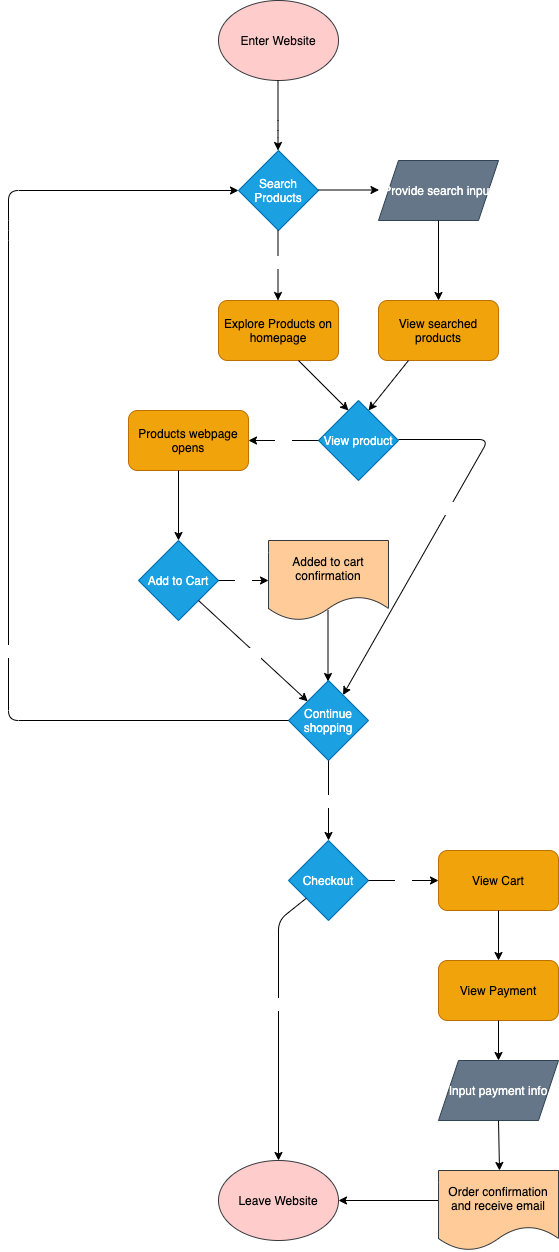
This is explore/diagramming/diagram.drawio.png from akn11/fa21-cse110-lab4, a draw.io export, as it was before one commit. Source tidied: cells renumbered, new cells last; positions are measured from the earlier drawing's top-left corner, leaving out a move shared by most shapes. The source it was exported from:
```xml
<mxGraphModel>
  <root>
    <mxCell id="0" />
    <mxCell id="1" parent="0" />
    <mxCell id="2" value="Enter Website" style="ellipse;whiteSpace=wrap;html=1;fillColor=#ffcccc;strokeColor=#36393d;fontColor=#080808;" parent="1" vertex="1">
      <mxGeometry x="210" width="120" height="80" as="geometry" />
    </mxCell>
    <mxCell id="3" style="endArrow=classic;html=1;fontColor=#080808;" parent="1" edge="1">
      <mxGeometry relative="1" as="geometry">
        <mxPoint x="269.5" y="80" as="sourcePoint" />
        <mxPoint x="269.5" y="150" as="targetPoint" />
        <Array as="points">
          <mxPoint x="269.5" y="130" />
        </Array>
      </mxGeometry>
    </mxCell>
    <mxCell id="4" value="Search Products" style="rhombus;whiteSpace=wrap;html=1;fillColor=#1ba1e2;strokeColor=#006EAF;fontColor=#ffffff;" parent="1" vertex="1">
      <mxGeometry x="230" y="150" width="80" height="80" as="geometry" />
    </mxCell>
    <mxCell id="5" style="endArrow=classic;html=1;fontColor=#080808;" parent="1" edge="1">
      <mxGeometry relative="1" as="geometry">
        <mxPoint x="269.5" y="230" as="sourcePoint" />
        <mxPoint x="269.5" y="300" as="targetPoint" />
      </mxGeometry>
    </mxCell>
    <mxCell id="6" value="Yes" style="edgeLabel;html=1;align=center;verticalAlign=middle;fontColor=#FFFFFF;" parent="5" vertex="1">
      <mxGeometry x="-0.23" y="-2" relative="1" as="geometry">
        <mxPoint x="73" y="-67" as="offset" />
      </mxGeometry>
    </mxCell>
    <mxCell id="7" style="endArrow=classic;html=1;fontColor=#080808;" parent="1" edge="1">
      <mxGeometry relative="1" as="geometry">
        <mxPoint x="310" y="189.5" as="sourcePoint" />
        <mxPoint x="370.5" y="189.5" as="targetPoint" />
      </mxGeometry>
    </mxCell>
    <mxCell id="8" value="No" style="edgeLabel;html=1;align=center;verticalAlign=middle;fontColor=#FFFFFF;" parent="7" vertex="1">
      <mxGeometry x="-0.07" y="2" relative="1" as="geometry">
        <mxPoint x="-68" y="73" as="offset" />
      </mxGeometry>
    </mxCell>
    <mxCell id="9" value="Explore Products on homepage" style="rounded=1;whiteSpace=wrap;html=1;fontColor=#000000;fillColor=#f0a30a;strokeColor=#BD7000;" parent="1" vertex="1">
      <mxGeometry x="210" y="300" width="120" height="60" as="geometry" />
    </mxCell>
    <mxCell id="10" value="Provide search input" style="shape=parallelogram;perimeter=parallelogramPerimeter;whiteSpace=wrap;html=1;fixedSize=1;fontColor=#ffffff;fillColor=#647687;strokeColor=#314354;" parent="1" vertex="1">
      <mxGeometry x="370" y="160" width="120" height="60" as="geometry" />
    </mxCell>
    <mxCell id="11" style="endArrow=classic;html=1;fontColor=#FFFFFF;entryX=0.5;entryY=0;entryDx=0;entryDy=0;" parent="1" edge="1" target="12">
      <mxGeometry relative="1" as="geometry">
        <mxPoint x="430" y="220" as="sourcePoint" />
      </mxGeometry>
    </mxCell>
    <mxCell id="12" value="View searched products" style="rounded=1;whiteSpace=wrap;html=1;fontColor=#000000;fillColor=#f0a30a;strokeColor=#BD7000;" parent="1" vertex="1">
      <mxGeometry x="370" y="300" width="120" height="60" as="geometry" />
    </mxCell>
    <mxCell id="13" value="View product" style="rhombus;whiteSpace=wrap;html=1;fontColor=#ffffff;fillColor=#1ba1e2;strokeColor=#006EAF;" parent="1" vertex="1">
      <mxGeometry x="310" y="400" width="80" height="80" as="geometry" />
    </mxCell>
    <mxCell id="14" style="endArrow=classic;html=1;fontColor=#FFFFFF;" parent="1" edge="1">
      <mxGeometry relative="1" as="geometry">
        <mxPoint x="400" y="360" as="sourcePoint" />
        <mxPoint x="360" y="410" as="targetPoint" />
      </mxGeometry>
    </mxCell>
    <mxCell id="15" style="endArrow=classic;html=1;fontColor=#FFFFFF;" parent="1" edge="1">
      <mxGeometry relative="1" as="geometry">
        <mxPoint x="290" y="360" as="sourcePoint" />
        <mxPoint x="340" y="410" as="targetPoint" />
      </mxGeometry>
    </mxCell>
    <mxCell id="16" style="endArrow=classic;html=1;fontColor=#FFFFFF;" parent="1" edge="1" target="24">
      <mxGeometry relative="1" as="geometry">
        <mxPoint x="390" y="439" as="sourcePoint" />
        <Array as="points">
          <mxPoint x="480" y="439" />
        </Array>
      </mxGeometry>
    </mxCell>
    <mxCell id="17" value="No" style="edgeLabel;html=1;align=center;verticalAlign=middle;fontColor=#FFFFFF;" parent="16" vertex="1">
      <mxGeometry x="-0.11" y="-3" relative="1" as="geometry" />
    </mxCell>
    <mxCell id="18" value="yes" style="endArrow=classic;html=1;fontColor=#FFFFFF;" parent="1" edge="1">
      <mxGeometry relative="1" as="geometry">
        <mxPoint x="310" y="440" as="sourcePoint" />
        <mxPoint x="240" y="440" as="targetPoint" />
      </mxGeometry>
    </mxCell>
    <mxCell id="19" value="Products webpage opens" style="rounded=1;whiteSpace=wrap;html=1;fontColor=#000000;fillColor=#f0a30a;strokeColor=#BD7000;" parent="1" vertex="1">
      <mxGeometry x="120" y="410" width="120" height="60" as="geometry" />
    </mxCell>
    <mxCell id="20" style="endArrow=classic;html=1;fontColor=#FFFFFF;" parent="1" edge="1">
      <mxGeometry relative="1" as="geometry">
        <mxPoint x="170" y="470" as="sourcePoint" />
        <mxPoint x="170" y="540" as="targetPoint" />
      </mxGeometry>
    </mxCell>
    <mxCell id="21" value="Add to Cart" style="rhombus;whiteSpace=wrap;html=1;fontColor=#ffffff;fillColor=#1ba1e2;strokeColor=#006EAF;" parent="1" vertex="1">
      <mxGeometry x="130" y="540" width="80" height="80" as="geometry" />
    </mxCell>
    <mxCell id="22" value="Yes" style="endArrow=classic;html=1;fontColor=#FFFFFF;exitX=1;exitY=0.5;exitDx=0;exitDy=0;" parent="1" edge="1" source="21">
      <mxGeometry relative="1" as="geometry">
        <mxPoint x="260" y="580" as="targetPoint" />
      </mxGeometry>
    </mxCell>
    <mxCell id="23" style="endArrow=classic;html=1;fontColor=#FFFFFF;" parent="1" edge="1">
      <mxGeometry relative="1" as="geometry">
        <mxPoint x="319.5" y="610" as="sourcePoint" />
        <mxPoint x="319.5" y="681" as="targetPoint" />
      </mxGeometry>
    </mxCell>
    <mxCell id="24" value="Continue shopping" style="rhombus;whiteSpace=wrap;html=1;fillColor=#1ba1e2;strokeColor=#006EAF;fontColor=#ffffff;" parent="1" vertex="1">
      <mxGeometry x="280" y="680" width="80" height="80" as="geometry" />
    </mxCell>
    <mxCell id="25" style="endArrow=classic;html=1;fontColor=#FFFFFF;exitX=0;exitY=0.5;exitDx=0;exitDy=0;entryX=0;entryY=0.5;entryDx=0;entryDy=0;" parent="1" edge="1" source="24" target="4">
      <mxGeometry relative="1" as="geometry">
        <Array as="points">
          <mxPoint y="720" />
          <mxPoint y="230" />
          <mxPoint y="190" />
        </Array>
      </mxGeometry>
    </mxCell>
    <mxCell id="26" value="Yes" style="edgeLabel;html=1;align=center;verticalAlign=middle;fontColor=#FFFFFF;" parent="25" vertex="1">
      <mxGeometry x="-0.33" y="1" relative="1" as="geometry" />
    </mxCell>
    <mxCell id="27" style="endArrow=classic;html=1;fontColor=#FFFFFF;exitX=1;exitY=1;exitDx=0;exitDy=0;" parent="1" edge="1" source="21" target="24">
      <mxGeometry relative="1" as="geometry" />
    </mxCell>
    <mxCell id="28" value="No" style="edgeLabel;html=1;align=center;verticalAlign=middle;fontColor=#FFFFFF;" parent="27" vertex="1">
      <mxGeometry x="0.01" y="-2" relative="1" as="geometry" />
    </mxCell>
    <mxCell id="29" value="Checkout" style="rhombus;whiteSpace=wrap;html=1;fontColor=#ffffff;fillColor=#1ba1e2;strokeColor=#006EAF;" parent="1" vertex="1">
      <mxGeometry x="280" y="840" width="80" height="80" as="geometry" />
    </mxCell>
    <mxCell id="30" style="endArrow=classic;html=1;fontColor=#FFFFFF;exitX=0.5;exitY=1;exitDx=0;exitDy=0;" parent="1" edge="1" source="24">
      <mxGeometry relative="1" as="geometry">
        <mxPoint x="320" y="840" as="targetPoint" />
      </mxGeometry>
    </mxCell>
    <mxCell id="31" value="No" style="edgeLabel;html=1;align=center;verticalAlign=middle;fontColor=#FFFFFF;" parent="30" vertex="1">
      <mxGeometry x="0.49" y="1" relative="1" as="geometry">
        <mxPoint x="-1" y="-20" as="offset" />
      </mxGeometry>
    </mxCell>
    <mxCell id="32" value="Yes" style="endArrow=classic;html=1;fontColor=#FFFFFF;exitX=1;exitY=0.5;exitDx=0;exitDy=0;" parent="1" edge="1" source="29">
      <mxGeometry relative="1" as="geometry">
        <mxPoint x="430" y="880" as="targetPoint" />
      </mxGeometry>
    </mxCell>
    <mxCell id="33" value="View Cart" style="rounded=1;whiteSpace=wrap;html=1;fontColor=#000000;fillColor=#f0a30a;strokeColor=#BD7000;" parent="1" vertex="1">
      <mxGeometry x="430" y="850" width="120" height="60" as="geometry" />
    </mxCell>
    <mxCell id="34" style="endArrow=classic;html=1;fontColor=#FFFFFF;exitX=0.5;exitY=1;exitDx=0;exitDy=0;" parent="1" edge="1" source="33">
      <mxGeometry relative="1" as="geometry">
        <mxPoint x="490" y="960" as="targetPoint" />
      </mxGeometry>
    </mxCell>
    <mxCell id="35" value="View Payment" style="rounded=1;whiteSpace=wrap;html=1;fontColor=#000000;fillColor=#f0a30a;strokeColor=#BD7000;" parent="1" vertex="1">
      <mxGeometry x="430" y="960" width="120" height="60" as="geometry" />
    </mxCell>
    <mxCell id="36" value="Input payment info" style="shape=parallelogram;perimeter=parallelogramPerimeter;whiteSpace=wrap;html=1;fixedSize=1;fontColor=#ffffff;fillColor=#647687;strokeColor=#314354;" parent="1" vertex="1">
      <mxGeometry x="430" y="1060" width="120" height="60" as="geometry" />
    </mxCell>
    <mxCell id="37" style="endArrow=classic;html=1;fontColor=#FFFFFF;exitX=0.5;exitY=1;exitDx=0;exitDy=0;entryX=0.5;entryY=0;entryDx=0;entryDy=0;" parent="1" edge="1" source="35" target="36">
      <mxGeometry relative="1" as="geometry" />
    </mxCell>
    <mxCell id="38" style="endArrow=classic;html=1;fontColor=#FFFFFF;entryX=0.5;entryY=0;entryDx=0;entryDy=0;entryPerimeter=0;exitX=0.5;exitY=1;exitDx=0;exitDy=0;" parent="1" edge="1" source="36">
      <mxGeometry relative="1" as="geometry">
        <mxPoint x="491" y="1170" as="targetPoint" />
      </mxGeometry>
    </mxCell>
    <mxCell id="39" value="&lt;font color=&quot;#000000&quot;&gt;Leave Website&lt;/font&gt;" style="ellipse;whiteSpace=wrap;html=1;fillColor=#ffcccc;strokeColor=#36393d;" parent="1" vertex="1">
      <mxGeometry x="210" y="1160" width="120" height="80" as="geometry" />
    </mxCell>
    <mxCell id="40" style="endArrow=classic;html=1;fontColor=#FFFFFF;entryX=1;entryY=0.5;entryDx=0;entryDy=0;exitX=0;exitY=0.5;exitDx=0;exitDy=0;" parent="1" edge="1" target="39">
      <mxGeometry relative="1" as="geometry">
        <mxPoint x="431" y="1200" as="sourcePoint" />
      </mxGeometry>
    </mxCell>
    <mxCell id="41" style="endArrow=classic;html=1;fontColor=#FFFFFF;entryX=0.5;entryY=0;entryDx=0;entryDy=0;" parent="1" edge="1" source="29" target="39">
      <mxGeometry relative="1" as="geometry">
        <Array as="points">
          <mxPoint x="270" y="920" />
        </Array>
      </mxGeometry>
    </mxCell>
    <mxCell id="42" value="No" style="edgeLabel;html=1;align=center;verticalAlign=middle;fontColor=#FFFFFF;" parent="41" vertex="1">
      <mxGeometry x="-0.14" y="-2" relative="1" as="geometry">
        <mxPoint x="-1" y="1" as="offset" />
      </mxGeometry>
    </mxCell>
    <mxCell id="43" value="&lt;span style=&quot;color: rgb(0 , 0 , 0)&quot;&gt;Added to cart confirmation&lt;/span&gt;" style="shape=document;whiteSpace=wrap;html=1;boundedLbl=1;fillColor=#ffcc99;strokeColor=#36393d;" parent="1" vertex="1">
      <mxGeometry x="260" y="540" width="120" height="80" as="geometry" />
    </mxCell>
    <mxCell id="44" value="&lt;span style=&quot;color: rgb(0 , 0 , 0)&quot;&gt;Order confirmation and receive email&lt;/span&gt;" style="shape=document;whiteSpace=wrap;html=1;boundedLbl=1;fillColor=#ffcc99;strokeColor=#36393d;" parent="1" vertex="1">
      <mxGeometry x="430" y="1170" width="120" height="80" as="geometry" />
    </mxCell>
  </root>
</mxGraphModel>
```
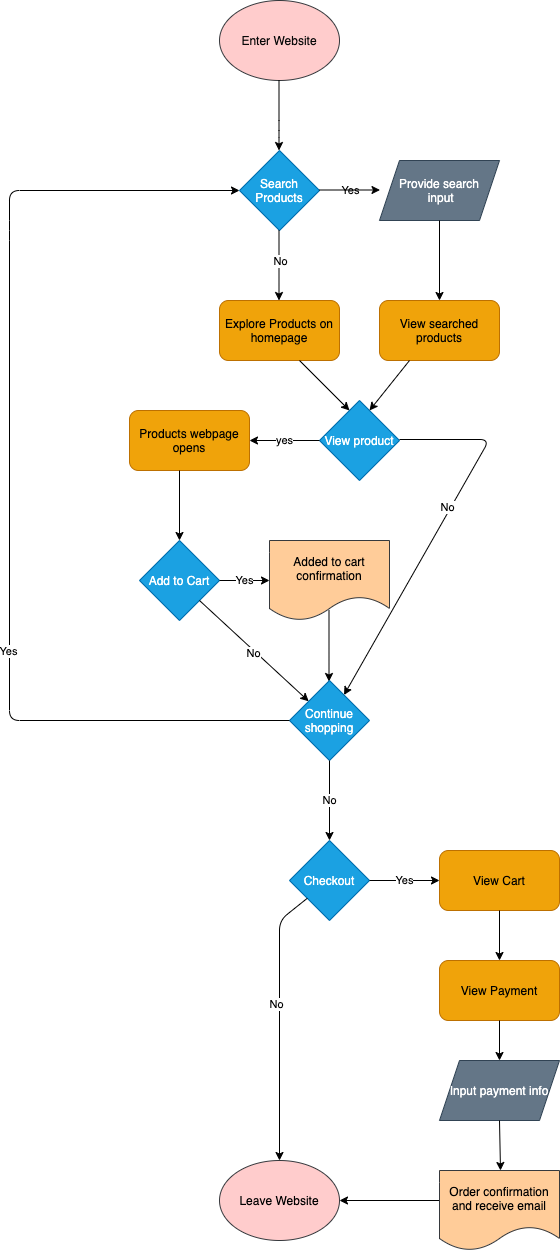
Later version of the same file.

Commit message:
updated flow chart

Change to the diagram source:
```diff
@@ -23,7 +23,7 @@
         <mxPoint x="269.5" y="300" as="targetPoint" />
       </mxGeometry>
     </mxCell>
-    <mxCell id="6" value="Yes" style="edgeLabel;html=1;align=center;verticalAlign=middle;fontColor=#FFFFFF;" parent="5" vertex="1">
+    <mxCell id="6" value="Yes" style="edgeLabel;html=1;align=center;verticalAlign=middle;fontColor=#000000;" parent="5" vertex="1">
       <mxGeometry x="-0.23" y="-2" relative="1" as="geometry">
         <mxPoint x="73" y="-67" as="offset" />
       </mxGeometry>
@@ -34,7 +34,7 @@
         <mxPoint x="370.5" y="189.5" as="targetPoint" />
       </mxGeometry>
     </mxCell>
-    <mxCell id="8" value="No" style="edgeLabel;html=1;align=center;verticalAlign=middle;fontColor=#FFFFFF;" parent="7" vertex="1">
+    <mxCell id="8" value="No" style="edgeLabel;html=1;align=center;verticalAlign=middle;fontColor=#000000;" parent="7" vertex="1">
       <mxGeometry x="-0.07" y="2" relative="1" as="geometry">
         <mxPoint x="-68" y="73" as="offset" />
       </mxGeometry>
@@ -42,7 +42,7 @@
     <mxCell id="9" value="Explore Products on homepage" style="rounded=1;whiteSpace=wrap;html=1;fontColor=#000000;fillColor=#f0a30a;strokeColor=#BD7000;" parent="1" vertex="1">
       <mxGeometry x="210" y="300" width="120" height="60" as="geometry" />
     </mxCell>
-    <mxCell id="10" value="Provide search input" style="shape=parallelogram;perimeter=parallelogramPerimeter;whiteSpace=wrap;html=1;fixedSize=1;fontColor=#ffffff;fillColor=#647687;strokeColor=#314354;" parent="1" vertex="1">
+    <mxCell id="10" value="Provide search&lt;br&gt;&amp;nbsp;input" style="shape=parallelogram;perimeter=parallelogramPerimeter;whiteSpace=wrap;html=1;fixedSize=1;fontColor=#ffffff;fillColor=#647687;strokeColor=#314354;" parent="1" vertex="1">
       <mxGeometry x="370" y="160" width="120" height="60" as="geometry" />
     </mxCell>
     <mxCell id="11" style="endArrow=classic;html=1;fontColor=#FFFFFF;entryX=0.5;entryY=0;entryDx=0;entryDy=0;" parent="1" edge="1" target="12">
@@ -76,10 +76,10 @@
         </Array>
       </mxGeometry>
     </mxCell>
-    <mxCell id="17" value="No" style="edgeLabel;html=1;align=center;verticalAlign=middle;fontColor=#FFFFFF;" parent="16" vertex="1">
+    <mxCell id="17" value="No" style="edgeLabel;html=1;align=center;verticalAlign=middle;fontColor=#000000;" parent="16" vertex="1">
       <mxGeometry x="-0.11" y="-3" relative="1" as="geometry" />
     </mxCell>
-    <mxCell id="18" value="yes" style="endArrow=classic;html=1;fontColor=#FFFFFF;" parent="1" edge="1">
+    <mxCell id="18" value="&lt;font color=&quot;#000000&quot;&gt;yes&lt;/font&gt;" style="endArrow=classic;html=1;fontColor=#FFFFFF;" parent="1" edge="1">
       <mxGeometry relative="1" as="geometry">
         <mxPoint x="310" y="440" as="sourcePoint" />
         <mxPoint x="240" y="440" as="targetPoint" />
@@ -97,7 +97,7 @@
     <mxCell id="21" value="Add to Cart" style="rhombus;whiteSpace=wrap;html=1;fontColor=#ffffff;fillColor=#1ba1e2;strokeColor=#006EAF;" parent="1" vertex="1">
       <mxGeometry x="130" y="540" width="80" height="80" as="geometry" />
     </mxCell>
-    <mxCell id="22" value="Yes" style="endArrow=classic;html=1;fontColor=#FFFFFF;exitX=1;exitY=0.5;exitDx=0;exitDy=0;" parent="1" edge="1" source="21">
+    <mxCell id="22" value="&lt;font color=&quot;#000000&quot;&gt;Yes&lt;/font&gt;" style="endArrow=classic;html=1;fontColor=#FFFFFF;exitX=1;exitY=0.5;exitDx=0;exitDy=0;" parent="1" edge="1" source="21">
       <mxGeometry relative="1" as="geometry">
         <mxPoint x="260" y="580" as="targetPoint" />
       </mxGeometry>
@@ -120,13 +120,13 @@
         </Array>
       </mxGeometry>
     </mxCell>
-    <mxCell id="26" value="Yes" style="edgeLabel;html=1;align=center;verticalAlign=middle;fontColor=#FFFFFF;" parent="25" vertex="1">
+    <mxCell id="26" value="Yes" style="edgeLabel;html=1;align=center;verticalAlign=middle;fontColor=#000000;" parent="25" vertex="1">
       <mxGeometry x="-0.33" y="1" relative="1" as="geometry" />
     </mxCell>
     <mxCell id="27" style="endArrow=classic;html=1;fontColor=#FFFFFF;exitX=1;exitY=1;exitDx=0;exitDy=0;" parent="1" edge="1" source="21" target="24">
       <mxGeometry relative="1" as="geometry" />
     </mxCell>
-    <mxCell id="28" value="No" style="edgeLabel;html=1;align=center;verticalAlign=middle;fontColor=#FFFFFF;" parent="27" vertex="1">
+    <mxCell id="28" value="No" style="edgeLabel;html=1;align=center;verticalAlign=middle;fontColor=#000000;" parent="27" vertex="1">
       <mxGeometry x="0.01" y="-2" relative="1" as="geometry" />
     </mxCell>
     <mxCell id="29" value="Checkout" style="rhombus;whiteSpace=wrap;html=1;fontColor=#ffffff;fillColor=#1ba1e2;strokeColor=#006EAF;" parent="1" vertex="1">
@@ -137,12 +137,12 @@
         <mxPoint x="320" y="840" as="targetPoint" />
       </mxGeometry>
     </mxCell>
-    <mxCell id="31" value="No" style="edgeLabel;html=1;align=center;verticalAlign=middle;fontColor=#FFFFFF;" parent="30" vertex="1">
+    <mxCell id="31" value="No" style="edgeLabel;html=1;align=center;verticalAlign=middle;fontColor=#000000;" parent="30" vertex="1">
       <mxGeometry x="0.49" y="1" relative="1" as="geometry">
         <mxPoint x="-1" y="-20" as="offset" />
       </mxGeometry>
     </mxCell>
-    <mxCell id="32" value="Yes" style="endArrow=classic;html=1;fontColor=#FFFFFF;exitX=1;exitY=0.5;exitDx=0;exitDy=0;" parent="1" edge="1" source="29">
+    <mxCell id="32" value="&lt;font color=&quot;#000000&quot;&gt;Yes&lt;/font&gt;" style="endArrow=classic;html=1;fontColor=#FFFFFF;exitX=1;exitY=0.5;exitDx=0;exitDy=0;" parent="1" edge="1" source="29">
       <mxGeometry relative="1" as="geometry">
         <mxPoint x="430" y="880" as="targetPoint" />
       </mxGeometry>
@@ -184,7 +184,7 @@
         </Array>
       </mxGeometry>
     </mxCell>
-    <mxCell id="42" value="No" style="edgeLabel;html=1;align=center;verticalAlign=middle;fontColor=#FFFFFF;" parent="41" vertex="1">
+    <mxCell id="42" value="&lt;font color=&quot;#000000&quot;&gt;No&lt;/font&gt;" style="edgeLabel;html=1;align=center;verticalAlign=middle;fontColor=#FFFFFF;" parent="41" vertex="1">
       <mxGeometry x="-0.14" y="-2" relative="1" as="geometry">
         <mxPoint x="-1" y="1" as="offset" />
       </mxGeometry>
```
